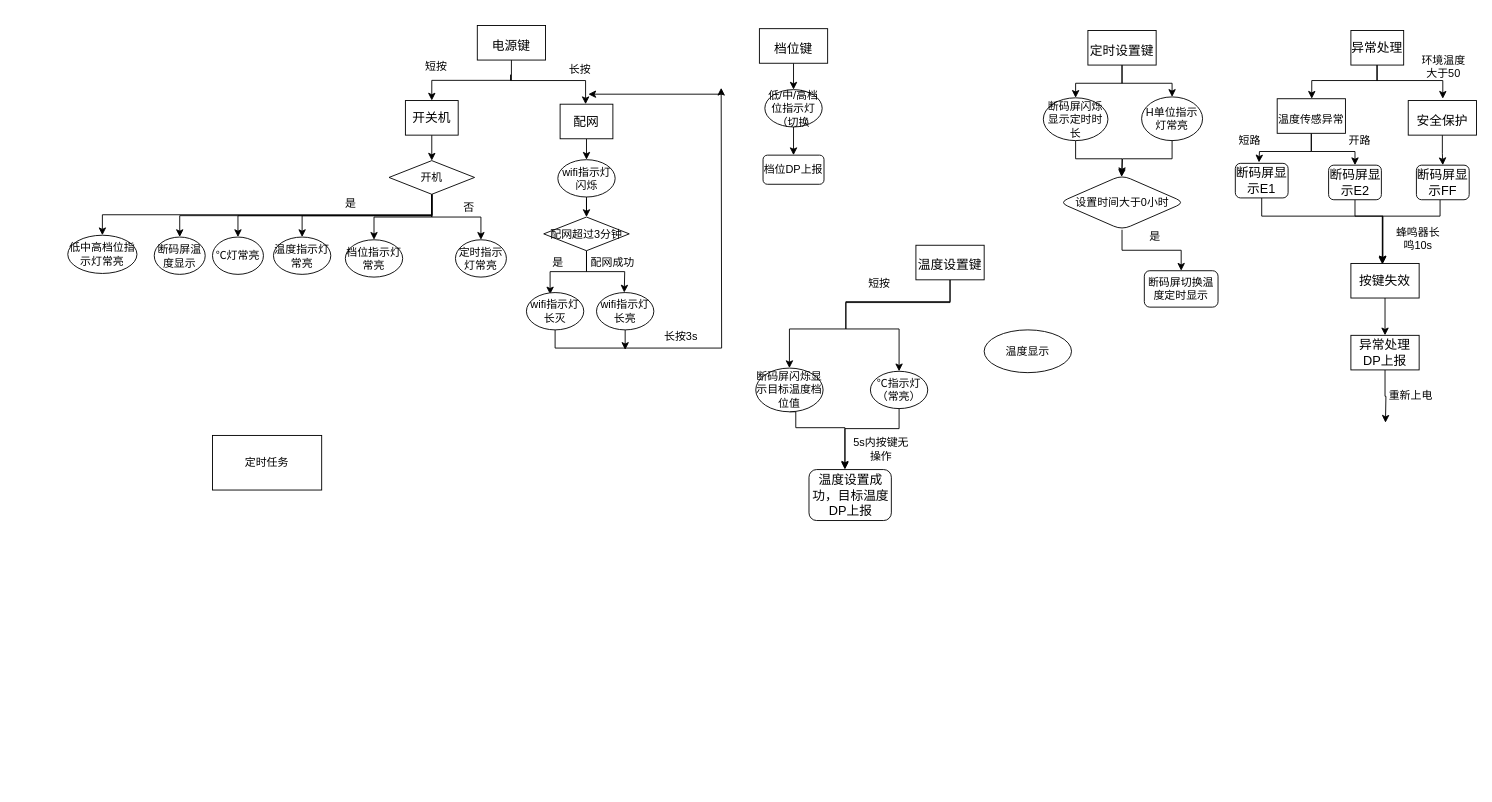
JeffYec/Jeff keeps this draw.io diagram as led_frame.drawio. Above is the earlier version. Source tidied: cells renumbered, new cells numbered last; positions are measured from the earlier drawing's top-left corner, leaving out a move shared by most shapes. Both pictures are drawn from the tidied source at 91%, with x=0, y=0 at pixel (67, 25).
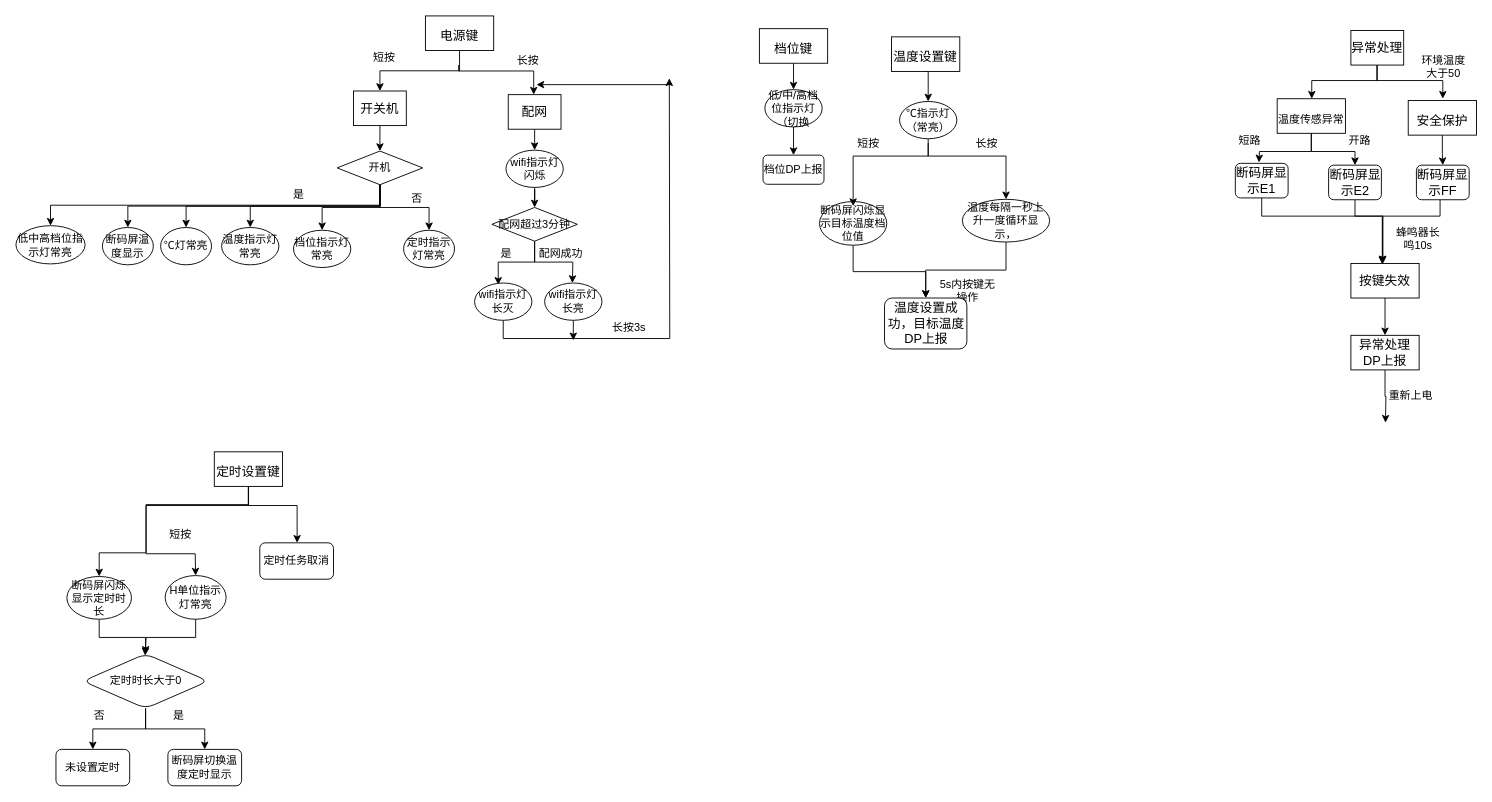
The same diagram, later.

What changed in the source:
```diff
@@
     <mxCell id="3" value="开关机" style="rounded=0;whiteSpace=wrap;html=1;fontSize=14;" parent="1" vertex="1">
-      <mxGeometry x="371" y="82" width="58" height="38" as="geometry" />
+      <mxGeometry x="314" y="71.5" width="58" height="38" as="geometry" />
     </mxCell>
@@
-    <mxCell id="6" style="edgeStyle=orthogonalEdgeStyle;rounded=0;jettySize=auto;html=1;exitX=0.5;exitY=1;exitDx=0;exitDy=0;entryX=0.5;entryY=0;entryDx=0;entryDy=0;" parent="1" edge="1" source="8" target="30">
-      <mxGeometry relative="1" as="geometry">
-        <Array as="points">
-          <mxPoint x="970" y="304" />
-          <mxPoint x="855" y="304" />
-          <mxPoint x="855" y="333" />
-          <mxPoint x="793" y="333" />
-        </Array>
-      </mxGeometry>
-    </mxCell>
     <mxCell id="7" style="edgeStyle=orthogonalEdgeStyle;rounded=0;jettySize=auto;html=1;exitX=0.5;exitY=1;exitDx=0;exitDy=0;entryX=0.5;entryY=0;entryDx=0;entryDy=0;fontSize=12;" parent="1" edge="1" source="8" target="22">
-      <mxGeometry relative="1" as="geometry">
-        <Array as="points">
-          <mxPoint x="970" y="303" />
-          <mxPoint x="855" y="303" />
-          <mxPoint x="855" y="333" />
-          <mxPoint x="914" y="333" />
-        </Array>
-      </mxGeometry>
+      <mxGeometry relative="1" as="geometry" />
     </mxCell>
     <mxCell id="8" value="&lt;span style=&quot;font-size: 14px&quot;&gt;温度设置键&lt;/span&gt;" style="rounded=0;whiteSpace=wrap;html=1;fontSize=24;" parent="1" vertex="1">
-      <mxGeometry x="932" y="241" width="75" height="38" as="geometry" />
+      <mxGeometry x="905.2" y="12" width="75" height="38" as="geometry" />
     </mxCell>
     <mxCell id="9" style="edgeStyle=orthogonalEdgeStyle;rounded=0;jettySize=auto;html=1;exitX=0.5;exitY=1;exitDx=0;exitDy=0;entryX=0.5;entryY=0;entryDx=0;entryDy=0;fontSize=12;" parent="1" edge="1" source="11" target="32">
-      <mxGeometry relative="1" as="geometry" />
+      <mxGeometry relative="1" as="geometry">
+        <Array as="points">
+          <mxPoint x="198" y="527" />
+          <mxPoint x="86" y="527" />
+          <mxPoint x="86" y="579" />
+          <mxPoint x="34" y="579" />
+        </Array>
+      </mxGeometry>
     </mxCell>
     <mxCell id="10" style="edgeStyle=orthogonalEdgeStyle;rounded=0;jettySize=auto;html=1;exitX=0.5;exitY=1;exitDx=0;exitDy=0;fontSize=12;" parent="1" edge="1" source="11" target="34">
-      <mxGeometry relative="1" as="geometry" />
+      <mxGeometry relative="1" as="geometry">
+        <Array as="points">
+          <mxPoint x="198" y="526" />
+          <mxPoint x="86" y="526" />
+          <mxPoint x="86" y="580" />
+          <mxPoint x="140" y="580" />
+        </Array>
+      </mxGeometry>
     </mxCell>
+    <mxCell id="90" style="edgeStyle=orthogonalEdgeStyle;rounded=0;jettySize=auto;html=1;exitX=0.5;exitY=1;exitDx=0;exitDy=0;fontSize=12;" parent="1" edge="1" source="11" target="100">
+      <mxGeometry relative="1" as="geometry">
+        <Array as="points">
+          <mxPoint x="198" y="527" />
+          <mxPoint x="252" y="527" />
+        </Array>
+      </mxGeometry>
+    </mxCell>
     <mxCell id="11" value="&lt;font style=&quot;font-size: 14px&quot;&gt;定时设置键&lt;/font&gt;" style="rounded=0;whiteSpace=wrap;html=1;fontSize=24;" parent="1" vertex="1">
-      <mxGeometry x="1121" y="5" width="75" height="38" as="geometry" />
+      <mxGeometry x="161" y="468" width="75" height="38" as="geometry" />
     </mxCell>
@@
     <mxCell id="13" value="配网" style="rounded=0;whiteSpace=wrap;html=1;fontSize=14;" parent="1" vertex="1">
-      <mxGeometry x="541" y="86" width="58" height="38" as="geometry" />
+      <mxGeometry x="484" y="75.5" width="58" height="38" as="geometry" />
     </mxCell>
@@
     <mxCell id="15" value="wifi指示灯闪烁" style="ellipse;whiteSpace=wrap;html=1;" parent="1" vertex="1">
-      <mxGeometry x="538.5" y="147" width="63" height="41" as="geometry" />
+      <mxGeometry x="481.5" y="136.5" width="63" height="41" as="geometry" />
     </mxCell>
@@
     <mxCell id="17" style="edgeStyle=orthogonalEdgeStyle;rounded=0;jettySize=auto;html=1;exitX=0.5;exitY=1;exitDx=0;exitDy=0;entryX=0.5;entryY=0;entryDx=0;entryDy=0;" parent="1" edge="1" source="18">
       <mxGeometry relative="1" as="geometry">
-        <mxPoint x="611.5" y="293" as="targetPoint" />
+        <mxPoint x="554.5" y="282.5" as="targetPoint" />
       </mxGeometry>
     </mxCell>
     <mxCell id="18" value="配网超过3分钟" style="rhombus;whiteSpace=wrap;html=1;" parent="1" vertex="1">
-      <mxGeometry x="523" y="210" width="94" height="37" as="geometry" />
+      <mxGeometry x="466" y="199.5" width="94" height="37" as="geometry" />
     </mxCell>
@@
-    <mxCell id="21" style="edgeStyle=orthogonalEdgeStyle;rounded=0;orthogonalLoop=1;jettySize=auto;html=1;exitX=0.5;exitY=1;exitDx=0;exitDy=0;fontSize=12;" parent="1" edge="1">
-      <mxGeometry relative="1" as="geometry">
-        <mxPoint x="913.5" y="419.5" as="sourcePoint" />
-        <mxPoint x="854" y="486.5" as="targetPoint" />
-        <Array as="points">
-          <mxPoint x="914" y="442.5" />
-          <mxPoint x="854" y="442.5" />
-        </Array>
-      </mxGeometry>
-    </mxCell>
-    <mxCell id="22" value="℃指示灯（常亮）" style="ellipse;whiteSpace=wrap;html=1;" parent="1" vertex="1">
-      <mxGeometry x="882" y="379.5" width="63" height="41" as="geometry" />
-    </mxCell>
     <mxCell id="23" style="edgeStyle=orthogonalEdgeStyle;rounded=0;jettySize=auto;html=1;exitX=0.5;exitY=1;exitDx=0;exitDy=0;fontSize=12;" parent="1" edge="1" source="24">
       <mxGeometry relative="1" as="geometry">
-        <mxPoint x="718" y="68" as="targetPoint" />
+        <mxPoint x="661" y="57.5" as="targetPoint" />
       </mxGeometry>
     </mxCell>
     <mxCell id="24" value="wifi指示灯长灭" style="ellipse;whiteSpace=wrap;html=1;" parent="1" vertex="1">
-      <mxGeometry x="504" y="293" width="63" height="41" as="geometry" />
+      <mxGeometry x="447" y="282.5" width="63" height="41" as="geometry" />
     </mxCell>
     <mxCell id="25" style="edgeStyle=orthogonalEdgeStyle;rounded=0;jettySize=auto;html=1;exitX=0.5;exitY=1;exitDx=0;exitDy=0;fontSize=12;" parent="1" edge="1" source="26">
       <mxGeometry relative="1" as="geometry">
-        <mxPoint x="612.5" y="356" as="targetPoint" />
+        <mxPoint x="555.5" y="345.5" as="targetPoint" />
       </mxGeometry>
     </mxCell>
     <mxCell id="26" value="wifi指示灯长亮" style="ellipse;whiteSpace=wrap;html=1;" parent="1" vertex="1">
-      <mxGeometry x="581" y="293" width="63" height="41" as="geometry" />
+      <mxGeometry x="524" y="282.5" width="63" height="41" as="geometry" />
     </mxCell>
     <mxCell id="27" value="是" style="text;html=1;strokeColor=none;fillColor=none;align=center;verticalAlign=middle;whiteSpace=wrap;rounded=0;" parent="1" vertex="1">
-      <mxGeometry x="509" y="245" width="60" height="30" as="geometry" />
+      <mxGeometry x="452" y="234.5" width="60" height="30" as="geometry" />
     </mxCell>
     <mxCell id="28" value="配网成功" style="text;html=1;strokeColor=none;fillColor=none;align=center;verticalAlign=middle;whiteSpace=wrap;rounded=0;" parent="1" vertex="1">
-      <mxGeometry x="569" y="245" width="60" height="30" as="geometry" />
+      <mxGeometry x="512" y="234.5" width="60" height="30" as="geometry" />
     </mxCell>
-    <mxCell id="29" style="edgeStyle=orthogonalEdgeStyle;rounded=0;jettySize=auto;html=1;exitX=0.5;exitY=1;exitDx=0;exitDy=0;" parent="1" edge="1" source="30">
-      <mxGeometry relative="1" as="geometry">
-        <mxPoint x="854" y="487.5" as="targetPoint" />
-        <Array as="points">
-          <mxPoint x="800" y="441.5" />
-          <mxPoint x="854" y="441.5" />
-        </Array>
-      </mxGeometry>
-    </mxCell>
+    <mxCell id="91" style="edgeStyle=orthogonalEdgeStyle;rounded=0;jettySize=auto;html=1;exitX=0.5;exitY=1;exitDx=0;exitDy=0;fontSize=12;" parent="1" edge="1" source="30" target="83">
+      <mxGeometry relative="1" as="geometry" />
+    </mxCell>
     <mxCell id="30" value="断码屏闪烁显示目标温度档位值" style="ellipse;whiteSpace=wrap;html=1;" parent="1" vertex="1">
-      <mxGeometry x="756" y="376" width="74" height="48" as="geometry" />
+      <mxGeometry x="826" y="193" width="74" height="48" as="geometry" />
     </mxCell>
@@
     <mxCell id="32" value="断码屏闪烁显示定时时长" style="ellipse;whiteSpace=wrap;html=1;" parent="1" vertex="1">
-      <mxGeometry x="1072" y="79" width="71" height="47" as="geometry" />
+      <mxGeometry x="-1" y="605" width="71" height="47" as="geometry" />
     </mxCell>
     <mxCell id="33" style="edgeStyle=orthogonalEdgeStyle;rounded=0;orthogonalLoop=1;jettySize=auto;html=1;exitX=0.5;exitY=1;exitDx=0;exitDy=0;fontSize=12;" parent="1" edge="1">
       <mxGeometry relative="1" as="geometry">
-        <mxPoint x="1213.5" y="111" as="sourcePoint" />
-        <mxPoint x="1158" y="166" as="targetPoint" />
+        <mxPoint x="140.5" y="637" as="sourcePoint" />
+        <mxPoint x="85" y="692" as="targetPoint" />
         <Array as="points">
-          <mxPoint x="1213" y="146" />
-          <mxPoint x="1159" y="146" />
+          <mxPoint x="140" y="672" />
+          <mxPoint x="86" y="672" />
         </Array>
       </mxGeometry>
     </mxCell>
     <mxCell id="34" value="H单位指示灯常亮" style="ellipse;whiteSpace=wrap;html=1;" parent="1" vertex="1">
-      <mxGeometry x="1180" y="78" width="67" height="48" as="geometry" />
+      <mxGeometry x="107" y="604" width="67" height="48" as="geometry" />
     </mxCell>
@@
     <mxCell id="41" value="开机" style="rhombus;whiteSpace=wrap;html=1;" parent="1" vertex="1">
-      <mxGeometry x="353" y="148" width="94" height="37" as="geometry" />
+      <mxGeometry x="296" y="137.5" width="94" height="37" as="geometry" />
     </mxCell>
     <mxCell id="42" value="定时指示灯常亮" style="ellipse;whiteSpace=wrap;html=1;" parent="1" vertex="1">
-      <mxGeometry x="426" y="235" width="56" height="41" as="geometry" />
+      <mxGeometry x="369" y="224.5" width="56" height="41" as="geometry" />
     </mxCell>
     <mxCell id="43" value="否" style="text;html=1;strokeColor=none;fillColor=none;align=center;verticalAlign=middle;whiteSpace=wrap;rounded=0;" parent="1" vertex="1">
-      <mxGeometry x="411" y="185" width="60" height="30" as="geometry" />
+      <mxGeometry x="354" y="174.5" width="60" height="30" as="geometry" />
     </mxCell>
     <mxCell id="44" value="断码屏温度显示" style="ellipse;whiteSpace=wrap;html=1;" parent="1" vertex="1">
-      <mxGeometry x="95" y="232" width="56" height="41" as="geometry" />
+      <mxGeometry x="38" y="221.5" width="56" height="41" as="geometry" />
     </mxCell>
     <mxCell id="45" value="℃灯常亮" style="ellipse;whiteSpace=wrap;html=1;" parent="1" vertex="1">
-      <mxGeometry x="159" y="232" width="56" height="41" as="geometry" />
+      <mxGeometry x="102" y="221.5" width="56" height="41" as="geometry" />
     </mxCell>
     <mxCell id="46" value="是" style="text;html=1;strokeColor=none;fillColor=none;align=center;verticalAlign=middle;whiteSpace=wrap;rounded=0;" parent="1" vertex="1">
-      <mxGeometry x="281" y="181" width="60" height="30" as="geometry" />
+      <mxGeometry x="224" y="170.5" width="60" height="30" as="geometry" />
     </mxCell>
@@
     <mxCell id="68" value="断码屏切换温度定时显示" style="rounded=1;whiteSpace=wrap;html=1;fontSize=12;" parent="1" vertex="1">
-      <mxGeometry x="1183" y="269" width="81" height="40" as="geometry" />
+      <mxGeometry x="110" y="795" width="81" height="40" as="geometry" />
     </mxCell>
@@
     <mxCell id="72" value="5s内按键无操作" style="text;html=1;strokeColor=none;fillColor=none;align=center;verticalAlign=middle;whiteSpace=wrap;rounded=0;shadow=0;glass=0;fontSize=12;" parent="1" vertex="1">
-      <mxGeometry x="857" y="449.5" width="74" height="30" as="geometry" />
+      <mxGeometry x="952" y="276" width="74" height="30" as="geometry" />
     </mxCell>
     <mxCell id="73" value="温度指示灯常亮" style="ellipse;whiteSpace=wrap;html=1;" parent="1" vertex="1">
-      <mxGeometry x="226" y="232" width="63" height="41" as="geometry" />
+      <mxGeometry x="169" y="221.5" width="63" height="41" as="geometry" />
     </mxCell>
     <mxCell id="74" value="档位指示灯常亮" style="ellipse;whiteSpace=wrap;html=1;" parent="1" vertex="1">
-      <mxGeometry x="305" y="235" width="63" height="41" as="geometry" />
+      <mxGeometry x="248" y="224.5" width="63" height="41" as="geometry" />
     </mxCell>
@@
     <mxCell id="76" style="edgeStyle=orthogonalEdgeStyle;rounded=0;orthogonalLoop=1;jettySize=auto;html=1;exitX=0.5;exitY=1;exitDx=0;exitDy=0;fontSize=12;" parent="1" edge="1">
       <mxGeometry relative="1" as="geometry">
-        <mxPoint x="486.5" y="53.5" as="sourcePoint" />
-        <mxPoint x="569" y="86" as="targetPoint" />
+        <mxPoint x="429.5" y="43" as="sourcePoint" />
+        <mxPoint x="512" y="75.5" as="targetPoint" />
         <Array as="points">
-          <mxPoint x="486" y="60" />
-          <mxPoint x="569" y="60" />
+          <mxPoint x="429" y="49.5" />
+          <mxPoint x="512" y="49.5" />
         </Array>
       </mxGeometry>
     </mxCell>
     <mxCell id="77" value="&lt;font style=&quot;font-size: 14px&quot;&gt;电源键&lt;/font&gt;" style="rounded=0;whiteSpace=wrap;html=1;fontSize=24;" parent="1" vertex="1">
-      <mxGeometry x="450" y="-0.5" width="75" height="38" as="geometry" />
+      <mxGeometry x="393" y="-11" width="75" height="38" as="geometry" />
     </mxCell>
     <mxCell id="78" value="低中高档位指示灯常亮" style="ellipse;whiteSpace=wrap;html=1;" parent="1" vertex="1">
-      <mxGeometry y="230" width="76" height="42" as="geometry" />
+      <mxGeometry x="-57" y="219.5" width="76" height="42" as="geometry" />
     </mxCell>
     <mxCell id="79" value="长按" style="text;html=1;strokeColor=none;fillColor=none;align=center;verticalAlign=middle;whiteSpace=wrap;rounded=0;shadow=0;glass=0;fontSize=12;" parent="1" vertex="1">
-      <mxGeometry x="533" y="33" width="60" height="30" as="geometry" />
+      <mxGeometry x="476" y="22.5" width="60" height="30" as="geometry" />
     </mxCell>
     <mxCell id="80" value="短按" style="text;html=1;strokeColor=none;fillColor=none;align=center;verticalAlign=middle;whiteSpace=wrap;rounded=0;shadow=0;glass=0;fontSize=12;" parent="1" vertex="1">
-      <mxGeometry x="375" y="30" width="60" height="30" as="geometry" />
+      <mxGeometry x="318" y="19.5" width="60" height="30" as="geometry" />
     </mxCell>
     <mxCell id="81" value="长按3s" style="text;html=1;strokeColor=none;fillColor=none;align=center;verticalAlign=middle;whiteSpace=wrap;rounded=0;shadow=0;glass=0;fontSize=12;" parent="1" vertex="1">
-      <mxGeometry x="644" y="327" width="60" height="30" as="geometry" />
+      <mxGeometry x="587" y="316.5" width="60" height="30" as="geometry" />
     </mxCell>
     <mxCell id="82" style="endArrow=classic;html=1;rounded=0;fontSize=12;" parent="1" edge="1">
       <mxGeometry relative="1" as="geometry">
-        <mxPoint x="720" y="75" as="sourcePoint" />
-        <mxPoint x="572" y="75" as="targetPoint" />
+        <mxPoint x="663" y="64.5" as="sourcePoint" />
+        <mxPoint x="515" y="64.5" as="targetPoint" />
       </mxGeometry>
     </mxCell>
     <mxCell id="83" value="温度设置成功，目标温度DP上报" style="rounded=1;whiteSpace=wrap;html=1;fontSize=14;" parent="1" vertex="1">
-      <mxGeometry x="814.5" y="487.5" width="90.5" height="56" as="geometry" />
+      <mxGeometry x="897.5" y="299" width="90.5" height="56" as="geometry" />
     </mxCell>
@@
+    <mxCell id="92" style="edgeStyle=orthogonalEdgeStyle;rounded=0;jettySize=auto;html=1;exitX=0.5;exitY=1;exitDx=0;exitDy=0;entryX=0.5;entryY=0;entryDx=0;entryDy=0;fontSize=12;" parent="1" edge="1" source="85" target="98">
+      <mxGeometry relative="1" as="geometry" />
+    </mxCell>
-    <mxCell id="85" value="&lt;div&gt;&lt;span&gt;设置时间大于0小时&lt;/span&gt;&lt;/div&gt;" style="rhombus;whiteSpace=wrap;html=1;rounded=1;shadow=0;glass=0;fontSize=12;align=center;" parent="1" vertex="1">
-      <mxGeometry x="1089.6" y="164" width="137.8" height="60" as="geometry" />
+    <mxCell id="85" value="定时时长大于0" style="rhombus;whiteSpace=wrap;html=1;rounded=1;shadow=0;glass=0;fontSize=12;align=center;" parent="1" vertex="1">
+      <mxGeometry x="16.6" y="690" width="137.8" height="60" as="geometry" />
     </mxCell>
     <mxCell id="86" value="是" style="text;html=1;strokeColor=none;fillColor=none;align=center;verticalAlign=middle;whiteSpace=wrap;rounded=0;shadow=0;glass=0;fontSize=12;" parent="1" vertex="1">
-      <mxGeometry x="1165" y="217" width="60" height="30" as="geometry" />
+      <mxGeometry x="92" y="743" width="60" height="30" as="geometry" />
     </mxCell>
     <mxCell id="87" value="短按" style="text;html=1;strokeColor=none;fillColor=none;align=center;verticalAlign=middle;whiteSpace=wrap;rounded=0;shadow=0;glass=0;fontSize=12;" parent="1" vertex="1">
-      <mxGeometry x="862" y="268" width="60" height="30" as="geometry" />
+      <mxGeometry x="850" y="115" width="60" height="30" as="geometry" />
     </mxCell>
+    <mxCell id="93" style="edgeStyle=orthogonalEdgeStyle;rounded=0;jettySize=auto;html=1;exitX=0.5;exitY=1;exitDx=0;exitDy=0;entryX=0.5;entryY=0;entryDx=0;entryDy=0;fontSize=12;" parent="1" edge="1" source="88" target="83">
+      <mxGeometry relative="1" as="geometry" />
+    </mxCell>
-    <mxCell id="88" value="温度显示" style="ellipse;whiteSpace=wrap;html=1;rounded=1;shadow=0;glass=0;fontSize=12;" parent="1" vertex="1">
-      <mxGeometry x="1007" y="334" width="96" height="47" as="geometry" />
+    <mxCell id="88" value="温度每隔一秒上升一度循环显示，" style="ellipse;whiteSpace=wrap;html=1;rounded=1;shadow=0;glass=0;fontSize=12;" parent="1" vertex="1">
+      <mxGeometry x="983" y="190.5" width="96" height="47" as="geometry" />
     </mxCell>
-    <mxCell id="89" value="定时任务" style="rounded=0;whiteSpace=wrap;html=1;shadow=0;glass=0;fontSize=12;" parent="1" vertex="1">
-      <mxGeometry x="159" y="450" width="120" height="60" as="geometry" />
-    </mxCell>
+    <mxCell id="94" value="长按" style="text;html=1;strokeColor=none;fillColor=none;align=center;verticalAlign=middle;whiteSpace=wrap;rounded=0;shadow=0;glass=0;fontSize=12;" parent="1" vertex="1">
+      <mxGeometry x="980.2" y="115" width="60" height="30" as="geometry" />
+    </mxCell>
+    <mxCell id="95" style="edgeStyle=orthogonalEdgeStyle;rounded=0;orthogonalLoop=1;jettySize=auto;html=1;exitX=0.5;exitY=1;exitDx=0;exitDy=0;fontSize=12;" parent="1" edge="1">
+      <mxGeometry relative="1" as="geometry">
+        <mxPoint x="945.5" y="129" as="sourcePoint" />
+        <mxPoint x="863" y="198" as="targetPoint" />
+        <Array as="points">
+          <mxPoint x="946" y="143" />
+          <mxPoint x="863" y="143" />
+        </Array>
+      </mxGeometry>
+    </mxCell>
+    <mxCell id="96" style="edgeStyle=orthogonalEdgeStyle;rounded=0;jettySize=auto;html=1;exitX=0.5;exitY=1;exitDx=0;exitDy=0;fontSize=12;" parent="1" edge="1" source="22" target="88">
+      <mxGeometry relative="1" as="geometry">
+        <Array as="points">
+          <mxPoint x="946" y="143" />
+          <mxPoint x="1031" y="143" />
+        </Array>
+      </mxGeometry>
+    </mxCell>
+    <mxCell id="22" value="℃指示灯（常亮）" style="ellipse;whiteSpace=wrap;html=1;" parent="1" vertex="1">
+      <mxGeometry x="914" y="83" width="63" height="41" as="geometry" />
+    </mxCell>
+    <mxCell id="97" value="短按" style="text;html=1;strokeColor=none;fillColor=none;align=center;verticalAlign=middle;whiteSpace=wrap;rounded=0;shadow=0;glass=0;fontSize=12;" parent="1" vertex="1">
+      <mxGeometry x="94.4" y="544" width="60" height="30" as="geometry" />
+    </mxCell>
+    <mxCell id="98" value="未设置定时" style="rounded=1;whiteSpace=wrap;html=1;fontSize=12;" parent="1" vertex="1">
+      <mxGeometry x="-13" y="795" width="81" height="40" as="geometry" />
+    </mxCell>
+    <mxCell id="99" value="否" style="text;html=1;strokeColor=none;fillColor=none;align=center;verticalAlign=middle;whiteSpace=wrap;rounded=0;shadow=0;glass=0;fontSize=12;" parent="1" vertex="1">
+      <mxGeometry x="4.5" y="743" width="60" height="30" as="geometry" />
+    </mxCell>
+    <mxCell id="100" value="定时任务取消" style="rounded=1;whiteSpace=wrap;html=1;fontSize=12;" parent="1" vertex="1">
+      <mxGeometry x="211" y="568" width="81" height="40" as="geometry" />
+    </mxCell>
```
